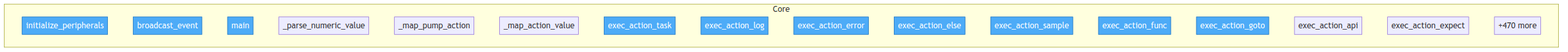
The Mermaid diagram project/flow.png in oqlos/oqlos, before a commit. Its source is kept beside it as project/flow.mmd. Its diagram source:
```mermaid
flowchart TD

    classDef entry fill:#4dabf7,stroke:#1971c2,color:#fff

    subgraph Core
        oqlos__core__state__StateManager__initialize_peripherals["initialize_peripherals"]
        oqlos__core__state__StateManager__broadcast_event["broadcast_event"]
        setup_hardware_and_run_oql__main["main"]
        oqlos__core___dsl_helpers___parse_numeric_value["_parse_numeric_value"]
        oqlos__core___dsl_helpers___map_pump_action["_map_pump_action"]
        oqlos__core___dsl_helpers___map_action_value["_map_action_value"]
        oqlos__core___interpreter_actions__exec_action_task["exec_action_task"]
        oqlos__core___interpreter_actions__exec_action_log["exec_action_log"]
        oqlos__core___interpreter_actions__exec_action_error["exec_action_error"]
        oqlos__core___interpreter_actions__exec_action_else["exec_action_else"]
        oqlos__core___interpreter_actions__exec_action_sample["exec_action_sample"]
        oqlos__core___interpreter_actions__exec_action_func["exec_action_func"]
        oqlos__core___interpreter_actions__exec_action_goto["exec_action_goto"]
        oqlos__core___interpreter_actions__exec_action_api["exec_action_api"]
        oqlos__core___interpreter_actions__exec_action_expect["exec_action_expect"]
        ...["+470 more"]
    end

    class oqlos__core__state__StateManager__initialize_peripherals,oqlos__core__state__StateManager__broadcast_event,setup_hardware_and_run_oql__main,oqlos__core___interpreter_actions__exec_action_task,oqlos__core___interpreter_actions__exec_action_log,oqlos__core___interpreter_actions__exec_action_error,oqlos__core___interpreter_actions__exec_action_else,oqlos__core___interpreter_actions__exec_action_sample,oqlos__core___interpreter_actions__exec_action_func,oqlos__core___interpreter_actions__exec_action_goto entry
```
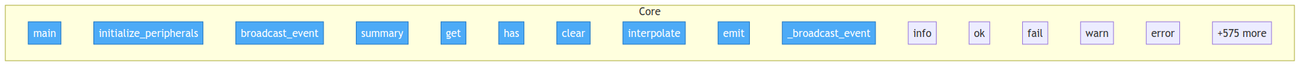
After the commit.

The edit, as a diff of the source:
```diff
@@ -3,22 +3,22 @@
     classDef entry fill:#4dabf7,stroke:#1971c2,color:#fff
 
     subgraph Core
+        setup_hardware_and_run_oql__main["main"]
         oqlos__core__state__StateManager__initialize_peripherals["initialize_peripherals"]
         oqlos__core__state__StateManager__broadcast_event["broadcast_event"]
-        setup_hardware_and_run_oql__main["main"]
-        oqlos__core___dsl_helpers___parse_numeric_value["_parse_numeric_value"]
-        oqlos__core___dsl_helpers___map_pump_action["_map_pump_action"]
-        oqlos__core___dsl_helpers___map_action_value["_map_action_value"]
-        oqlos__core___interpreter_actions__exec_action_task["exec_action_task"]
-        oqlos__core___interpreter_actions__exec_action_log["exec_action_log"]
-        oqlos__core___interpreter_actions__exec_action_error["exec_action_error"]
-        oqlos__core___interpreter_actions__exec_action_else["exec_action_else"]
-        oqlos__core___interpreter_actions__exec_action_sample["exec_action_sample"]
-        oqlos__core___interpreter_actions__exec_action_func["exec_action_func"]
-        oqlos__core___interpreter_actions__exec_action_goto["exec_action_goto"]
-        oqlos__core___interpreter_actions__exec_action_api["exec_action_api"]
-        oqlos__core___interpreter_actions__exec_action_expect["exec_action_expect"]
-        ...["+470 more"]
+        oqlos__core__base__ScriptResult__summary["summary"]
+        oqlos__core__base__VariableStore__get["get"]
+        oqlos__core__base__VariableStore__has["has"]
+        oqlos__core__base__VariableStore__clear["clear"]
+        oqlos__core__base__VariableStore__interpolate["interpolate"]
+        oqlos__core__base__InterpreterOutput__emit["emit"]
+        oqlos__core__base__InterpreterOutput___broadcast_event["_broadcast_event"]
+        oqlos__core__base__InterpreterOutput__info["info"]
+        oqlos__core__base__InterpreterOutput__ok["ok"]
+        oqlos__core__base__InterpreterOutput__fail["fail"]
+        oqlos__core__base__InterpreterOutput__warn["warn"]
+        oqlos__core__base__InterpreterOutput__error["error"]
+        ...["+575 more"]
     end
 
-    class oqlos__core__state__StateManager__initialize_peripherals,oqlos__core__state__StateManager__broadcast_event,setup_hardware_and_run_oql__main,oqlos__core___interpreter_actions__exec_action_task,oqlos__core___interpreter_actions__exec_action_log,oqlos__core___interpreter_actions__exec_action_error,oqlos__core___interpreter_actions__exec_action_else,oqlos__core___interpreter_actions__exec_action_sample,oqlos__core___interpreter_actions__exec_action_func,oqlos__core___interpreter_actions__exec_action_goto entry
+    class setup_hardware_and_run_oql__main,oqlos__core__state__StateManager__initialize_peripherals,oqlos__core__state__StateManager__broadcast_event,oqlos__core__base__ScriptResult__summary,oqlos__core__base__VariableStore__get,oqlos__core__base__VariableStore__has,oqlos__core__base__VariableStore__clear,oqlos__core__base__VariableStore__interpolate,oqlos__core__base__InterpreterOutput__emit,oqlos__core__base__InterpreterOutput___broadcast_event entry
```
